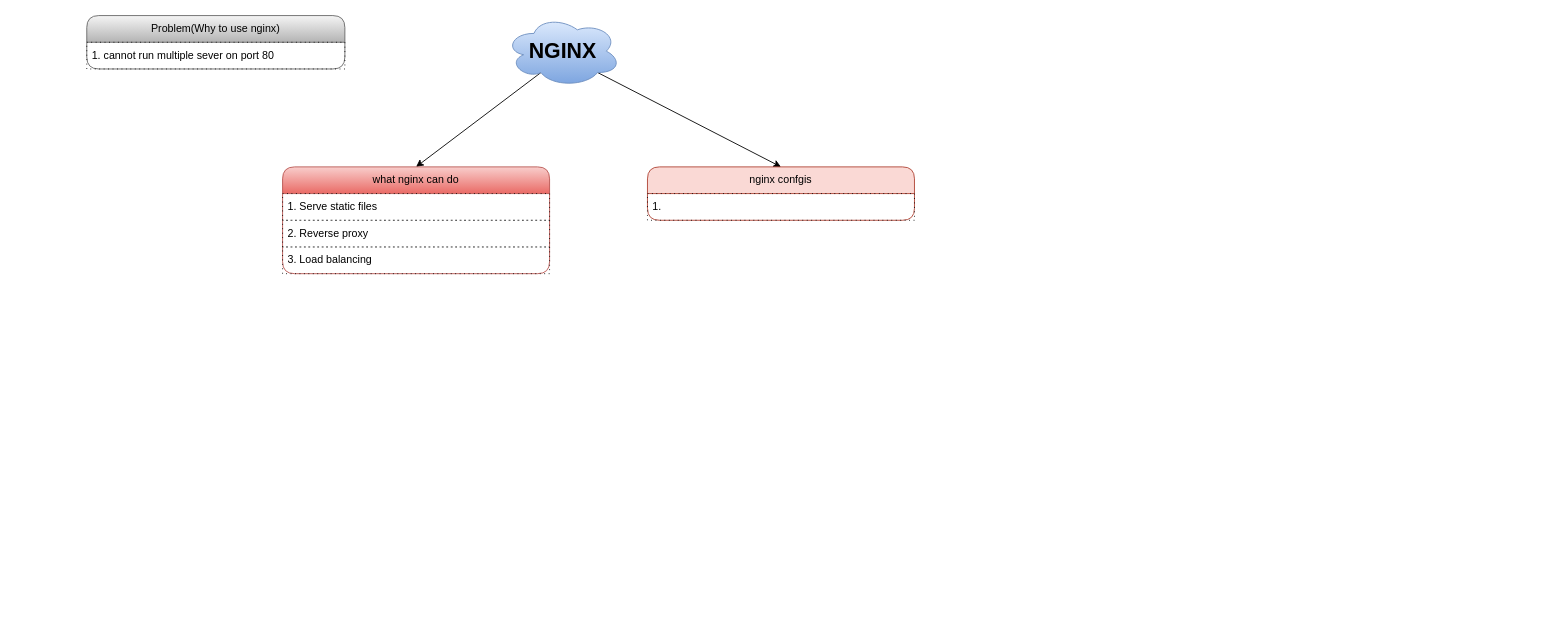
Before: DevOp/nginx/nginx.dio in knkrn5/Programming-Concepts, a draw.io diagram. Source tidied: cells renumbered, new cells numbered last; positions are measured from the earlier drawing's top-left corner, leaving out a move shared by most shapes. Both pictures are drawn from the tidied source at 89%, with x=0, y=0 at pixel (86, 15).
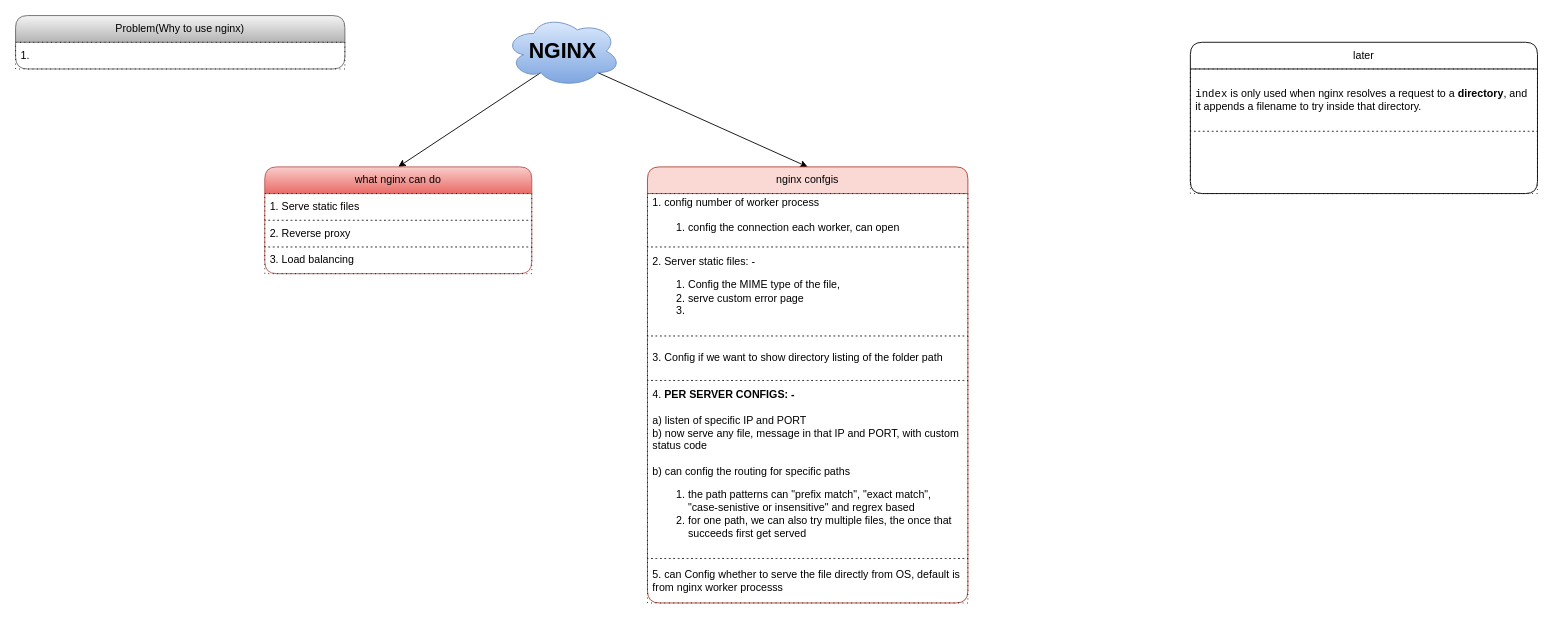
The same page after the edit.

Commit message (it also covers changes not shown here):
Refactor code structure for improved readability and maintainability

Diff of the diagram source:
```diff
@@
 <mxGraphModel background="#ffffff">
   <root>
     <mxCell id="0" />
     <mxCell id="1" parent="0" />
-    <mxCell id="2" style="edgeStyle=none;html=1;exitX=0.31;exitY=0.8;exitDx=0;exitDy=0;exitPerimeter=0;entryX=0.5;entryY=0;entryDx=0;entryDy=0;" parent="1" edge="1" source="4" target="5">
+    <mxCell id="2" style="edgeStyle=none;html=1;exitX=0.31;exitY=0.8;exitDx=0;exitDy=0;exitPerimeter=0;entryX=0.5;entryY=0;entryDx=0;entryDy=0;flowAnimation=1;" parent="1" edge="1" source="4" target="5">
       <mxGeometry relative="1" as="geometry" />
     </mxCell>
-    <mxCell id="3" style="edgeStyle=none;html=1;exitX=0.8;exitY=0.8;exitDx=0;exitDy=0;exitPerimeter=0;entryX=0.5;entryY=0;entryDx=0;entryDy=0;" parent="1" edge="1" source="4" target="9">
+    <mxCell id="3" style="edgeStyle=none;html=1;exitX=0.8;exitY=0.8;exitDx=0;exitDy=0;exitPerimeter=0;entryX=0.5;entryY=0;entryDx=0;entryDy=0;flowAnimation=1;" parent="1" edge="1" source="4" target="9">
       <mxGeometry relative="1" as="geometry" />
     </mxCell>
     <mxCell id="4" value="&lt;b&gt;&lt;font style=&quot;font-size: 24px;&quot;&gt;NGINX&lt;/font&gt;&lt;/b&gt;" style="ellipse;shape=cloud;whiteSpace=wrap;html=1;fillColor=#dae8fc;gradientColor=#7ea6e0;strokeColor=#6c8ebf;" parent="1" vertex="1">
       <mxGeometry x="470" width="130" height="80" as="geometry" />
     </mxCell>
     <mxCell id="5" value="what nginx can do" style="swimlane;fontStyle=0;horizontal=1;startSize=30;whiteSpace=wrap;html=1;rounded=1;fillColor=#f8cecc;gradientColor=#ea6b66;strokeColor=#b85450;" parent="1" vertex="1">
-      <mxGeometry x="220" y="170" width="300" height="120" as="geometry" />
+      <mxGeometry x="200" y="170" width="300" height="120" as="geometry" />
     </mxCell>
     <mxCell id="6" value="1. Serve static files" style="text;strokeColor=default;fillColor=none;align=left;verticalAlign=middle;spacingLeft=4;spacingRight=4;overflow=hidden;whiteSpace=wrap;html=1;dashed=1;dashPattern=1 4;" parent="5" vertex="1">
       <mxGeometry y="30" width="300" height="30" as="geometry" />
     </mxCell>
     <mxCell id="7" value="2. Reverse proxy" style="text;strokeColor=default;fillColor=none;align=left;verticalAlign=middle;spacingLeft=4;spacingRight=4;overflow=hidden;whiteSpace=wrap;html=1;dashed=1;dashPattern=1 4;" parent="5" vertex="1">
       <mxGeometry y="60" width="300" height="30" as="geometry" />
     </mxCell>
     <mxCell id="8" value="3. Load balancing" style="text;strokeColor=default;fillColor=none;align=left;verticalAlign=middle;spacingLeft=4;spacingRight=4;overflow=hidden;whiteSpace=wrap;html=1;dashed=1;dashPattern=1 4;" parent="5" vertex="1">
       <mxGeometry y="90" width="300" height="30" as="geometry" />
     </mxCell>
     <mxCell id="9" value="nginx confgis" style="swimlane;fontStyle=0;horizontal=1;startSize=30;whiteSpace=wrap;html=1;rounded=1;fillColor=#fad9d5;strokeColor=#ae4132;" parent="1" vertex="1">
-      <mxGeometry x="630" y="170" width="300" height="60" as="geometry" />
+      <mxGeometry x="630" y="170" width="360" height="490" as="geometry" />
     </mxCell>
-    <mxCell id="10" value="1.&amp;nbsp;" style="text;strokeColor=default;fillColor=none;align=left;verticalAlign=middle;spacingLeft=4;spacingRight=4;overflow=hidden;whiteSpace=wrap;html=1;dashed=1;dashPattern=1 4;" parent="9" vertex="1">
-      <mxGeometry y="30" width="300" height="30" as="geometry" />
+    <mxCell id="10" value="1. config number of worker process&lt;div&gt;&lt;ol&gt;&lt;li&gt;config the connection each worker, can open&lt;/li&gt;&lt;/ol&gt;&lt;/div&gt;" style="text;strokeColor=default;fillColor=none;align=left;verticalAlign=middle;spacingLeft=4;spacingRight=4;overflow=hidden;whiteSpace=wrap;html=1;dashed=1;dashPattern=1 4;" parent="9" vertex="1">
+      <mxGeometry y="30" width="360" height="60" as="geometry" />
     </mxCell>
+    <mxCell id="13" value="2. Server static files: -&amp;nbsp;&lt;div&gt;&lt;ol&gt;&lt;li&gt;Config the MIME type of the file,&amp;nbsp;&lt;/li&gt;&lt;li&gt;serve custom error page&lt;/li&gt;&lt;li&gt;&lt;br&gt;&lt;/li&gt;&lt;/ol&gt;&lt;/div&gt;" style="text;strokeColor=default;fillColor=none;align=left;verticalAlign=middle;spacingLeft=4;spacingRight=4;overflow=hidden;whiteSpace=wrap;html=1;dashed=1;dashPattern=1 4;" parent="9" vertex="1">
+      <mxGeometry y="90" width="360" height="100" as="geometry" />
+    </mxCell>
+    <mxCell id="14" value="3. Config if we want to show directory listing of the folder path" style="text;strokeColor=default;fillColor=none;align=left;verticalAlign=middle;spacingLeft=4;spacingRight=4;overflow=hidden;whiteSpace=wrap;html=1;dashed=1;dashPattern=1 4;" parent="9" vertex="1">
+      <mxGeometry y="190" width="360" height="50" as="geometry" />
+    </mxCell>
+    <mxCell id="15" value="&lt;font style=&quot;color: light-dark(rgb(0, 0, 0), rgb(255, 255, 255));&quot;&gt;4. &lt;b&gt;PER SERVER CONFIGS: -&amp;nbsp;&lt;/b&gt;&lt;/font&gt;&lt;div&gt;&lt;font style=&quot;color: light-dark(rgb(0, 0, 0), rgb(255, 255, 255));&quot;&gt;&lt;br&gt;&lt;/font&gt;&lt;/div&gt;&lt;div&gt;&lt;font style=&quot;color: light-dark(rgb(0, 0, 0), rgb(255, 255, 255));&quot;&gt;a) listen of specific IP and PORT&lt;/font&gt;&lt;/div&gt;&lt;div&gt;&lt;font style=&quot;&quot;&gt;&lt;font style=&quot;color: light-dark(rgb(0, 0, 0), rgb(255, 255, 255));&quot;&gt;b) now serve any file, message in that IP and PORT, with custom status code&lt;br&gt;&lt;/font&gt;&lt;/font&gt;&lt;div&gt;&lt;font style=&quot;color: light-dark(rgb(0, 0, 0), rgb(255, 255, 255));&quot;&gt;&lt;font&gt;&lt;br&gt;&lt;/font&gt;&lt;font&gt;b) can config the routing for specific paths&lt;/font&gt;&lt;/font&gt;&lt;div&gt;&lt;ol&gt;&lt;li&gt;&lt;font style=&quot;color: light-dark(rgb(0, 0, 0), rgb(255, 255, 255));&quot;&gt;the path patterns can &quot;prefix match&quot;, &quot;exact match&quot;, &quot;case-senistive or insensitive&quot; and regrex based&lt;/font&gt;&lt;/li&gt;&lt;li&gt;&lt;font style=&quot;color: light-dark(rgb(0, 0, 0), rgb(255, 255, 255));&quot;&gt;for one path, we can also try multiple files, the once that succeeds first get served&lt;/font&gt;&lt;/li&gt;&lt;/ol&gt;&lt;/div&gt;&lt;/div&gt;&lt;/div&gt;" style="text;strokeColor=default;fillColor=none;align=left;verticalAlign=middle;spacingLeft=4;spacingRight=4;overflow=hidden;whiteSpace=wrap;html=1;dashed=1;dashPattern=1 4;" parent="9" vertex="1">
+      <mxGeometry y="240" width="360" height="200" as="geometry" />
+    </mxCell>
+    <mxCell id="16" value="5. can Config whether to serve the file directly from OS, default is from nginx worker processs" style="text;strokeColor=default;fillColor=none;align=left;verticalAlign=middle;spacingLeft=4;spacingRight=4;overflow=hidden;whiteSpace=wrap;html=1;dashed=1;dashPattern=1 4;" parent="9" vertex="1">
+      <mxGeometry y="440" width="360" height="50" as="geometry" />
+    </mxCell>
+    <mxCell id="17" value="later" style="swimlane;fontStyle=0;horizontal=1;startSize=30;whiteSpace=wrap;html=1;rounded=1;" parent="1" vertex="1">
+      <mxGeometry x="1240" y="30" width="390" height="170" as="geometry" />
+    </mxCell>
+    <mxCell id="18" value="&lt;code&gt;index&lt;/code&gt; is only used when nginx resolves a request to a &lt;strong&gt;directory&lt;/strong&gt;, and it appends a filename to try inside that directory.&amp;nbsp;" style="text;strokeColor=default;fillColor=none;align=left;verticalAlign=middle;spacingLeft=4;spacingRight=4;overflow=hidden;whiteSpace=wrap;html=1;dashed=1;dashPattern=1 4;" parent="17" vertex="1">
+      <mxGeometry y="30" width="390" height="70" as="geometry" />
+    </mxCell>
+    <mxCell id="19" style="text;strokeColor=default;fillColor=none;align=left;verticalAlign=middle;spacingLeft=4;spacingRight=4;overflow=hidden;whiteSpace=wrap;html=1;dashed=1;dashPattern=1 4;" parent="17" vertex="1">
+      <mxGeometry y="100" width="390" height="70" as="geometry" />
+    </mxCell>
     <mxCell id="11" value="Problem(Why to use nginx)" style="swimlane;fontStyle=0;horizontal=1;startSize=30;whiteSpace=wrap;html=1;rounded=1;fillColor=#f5f5f5;gradientColor=#b3b3b3;strokeColor=#666666;" parent="1" vertex="1">
-      <mxGeometry width="290" height="60" as="geometry" />
+      <mxGeometry x="-80" width="370" height="60" as="geometry" />
     </mxCell>
-    <mxCell id="12" value="1. cannot run multiple sever on port 80" style="text;strokeColor=default;fillColor=none;align=left;verticalAlign=middle;spacingLeft=4;spacingRight=4;overflow=hidden;whiteSpace=wrap;html=1;dashed=1;dashPattern=1 4;" parent="11" vertex="1">
-      <mxGeometry y="30" width="290" height="30" as="geometry" />
+    <mxCell id="12" value="1.&amp;nbsp;" style="text;strokeColor=default;fillColor=none;align=left;verticalAlign=middle;spacingLeft=4;spacingRight=4;overflow=hidden;whiteSpace=wrap;html=1;dashed=1;dashPattern=1 4;" parent="11" vertex="1">
+      <mxGeometry y="30" width="370" height="30" as="geometry" />
     </mxCell>
   </root>
 </mxGraphModel>
```
